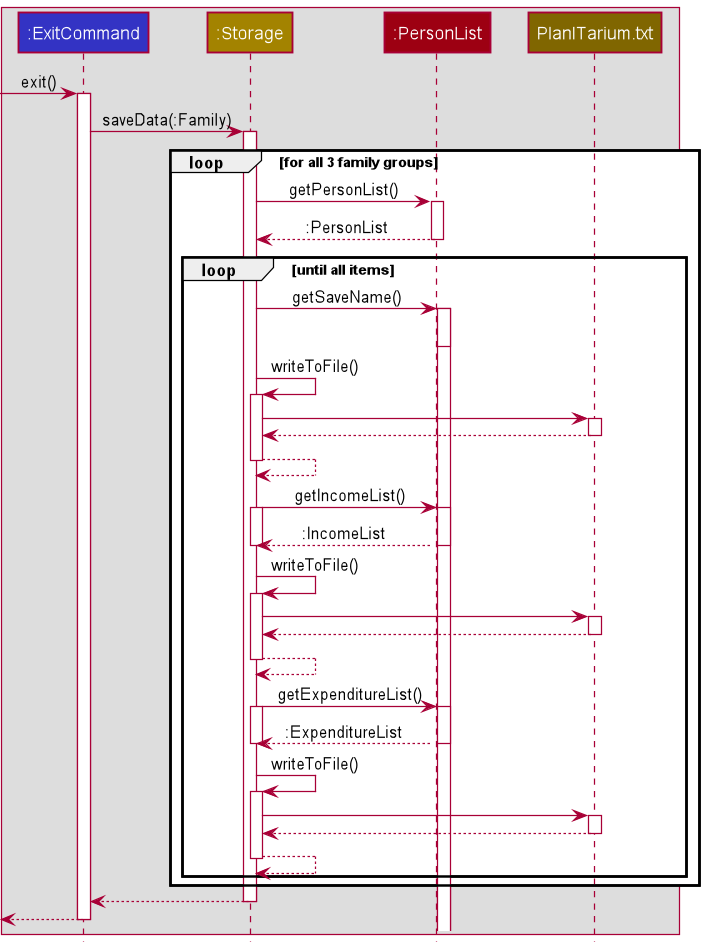
Before: docs/images/StorageSaveSequence.png, a diagram exported from PlantUML (nus-cs2113-AY2122S2/tp). Its source is kept beside it as docs/diagrams/StorageSaveSequence.puml.
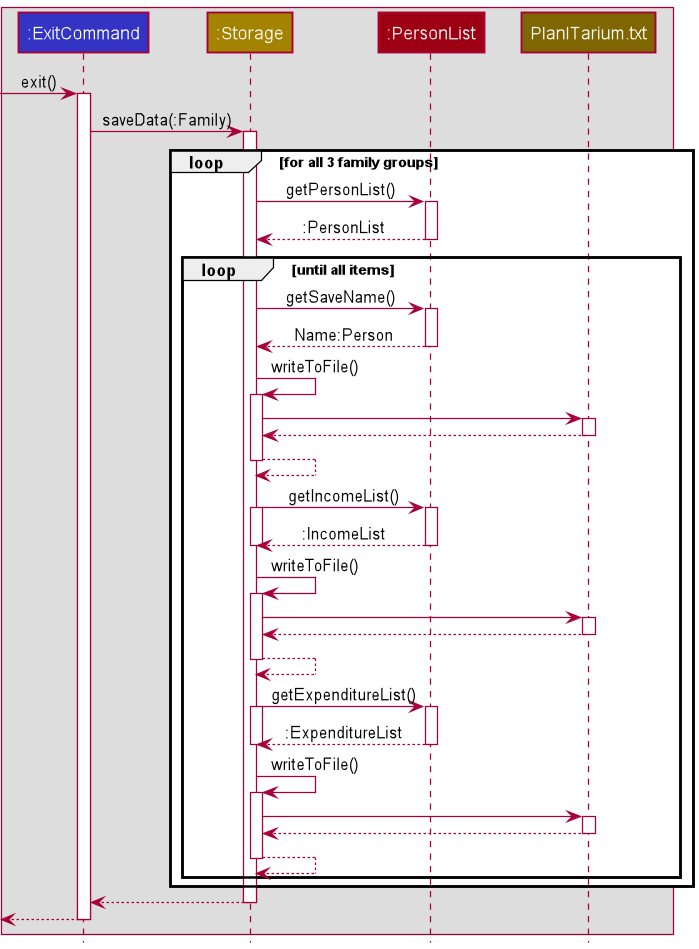
After the change.

Commit message:
Fix StorageSaveSequence UML

What changed in the source:
```diff
@@ -21,7 +21,7 @@
     loop until all items
         Storage -> PersonList: getSaveName()
         activate PersonList
-        activate PersonList
+        PersonList --> Storage: Name:Person
         deactivate PersonList
         Storage -> Storage: writeToFile()
         activate Storage
```
